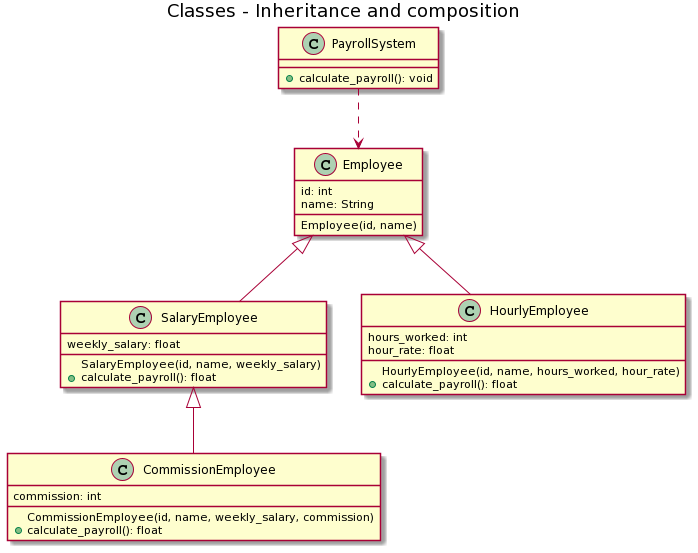
This is uml/v1/class_diagram.png from victorhtorres/inheritance_composition_python, a PlantUML export, as it was before one commit. Source of this version:
```plantuml
@startuml
title Classes - Inheritance and composition

class Employee{
    id: int
    name: String
    Employee(id, name)
}

class SalaryEmployee{
    weekly_salary: float
    SalaryEmployee(id, name, weekly_salary)
    +calculate_payroll(): float
}

class HourlyEmployee{
    hours_worked: int
    hour_rate: float
    HourlyEmployee(id, name, hours_worked, hour_rate)
    +calculate_payroll(): float
}

class CommissionEmployee{
    commission: int
    CommissionEmployee(id, name, weekly_salary, commission)
    +calculate_payroll(): float
}

class PayrollSystem{
    +calculate_payroll(): void
}

Employee <|-- SalaryEmployee
Employee <|-- HourlyEmployee
SalaryEmployee <|-- CommissionEmployee
PayrollSystem ..> Employee
@enduml
```
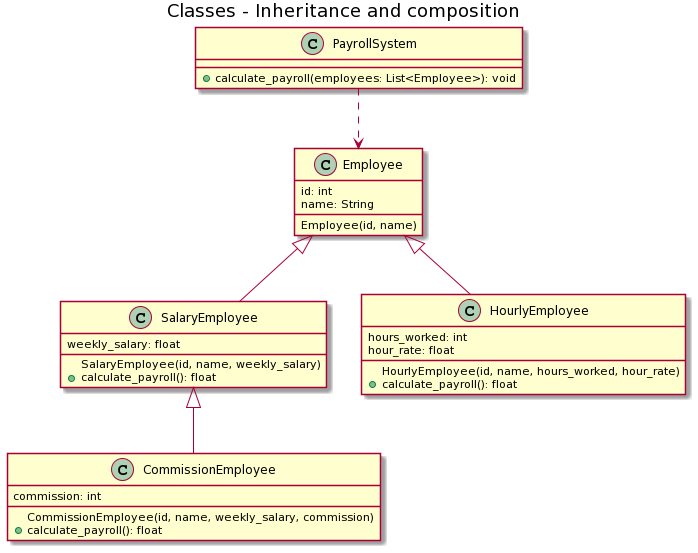
Above is the later version.

Commit message:
Inheritance example with abstract class and some fixes to uml v1

What changed in the source:
```diff
@@ -27,7 +27,7 @@
 }
 
 class PayrollSystem{
-    +calculate_payroll(): void
+    +calculate_payroll(employees: List<Employee>): void
 }
 
 Employee <|-- SalaryEmployee
```
